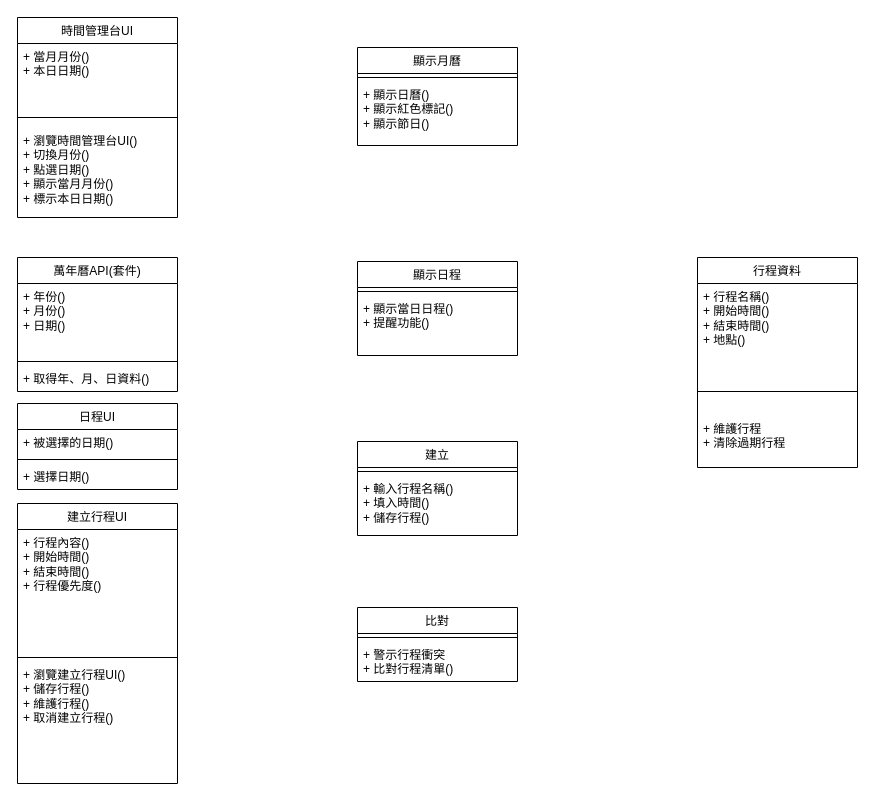
Kevincheng0804/Graduation-Topic keeps this draw.io diagram as 類別圖.drawio. Above is the earlier version. Source tidied: cells renumbered, new cells numbered last; positions are measured from the earlier drawing's top-left corner, leaving out a move shared by most shapes. Both pictures are drawn from the tidied source at 100%, with x=0, y=0 at pixel (17, 17).
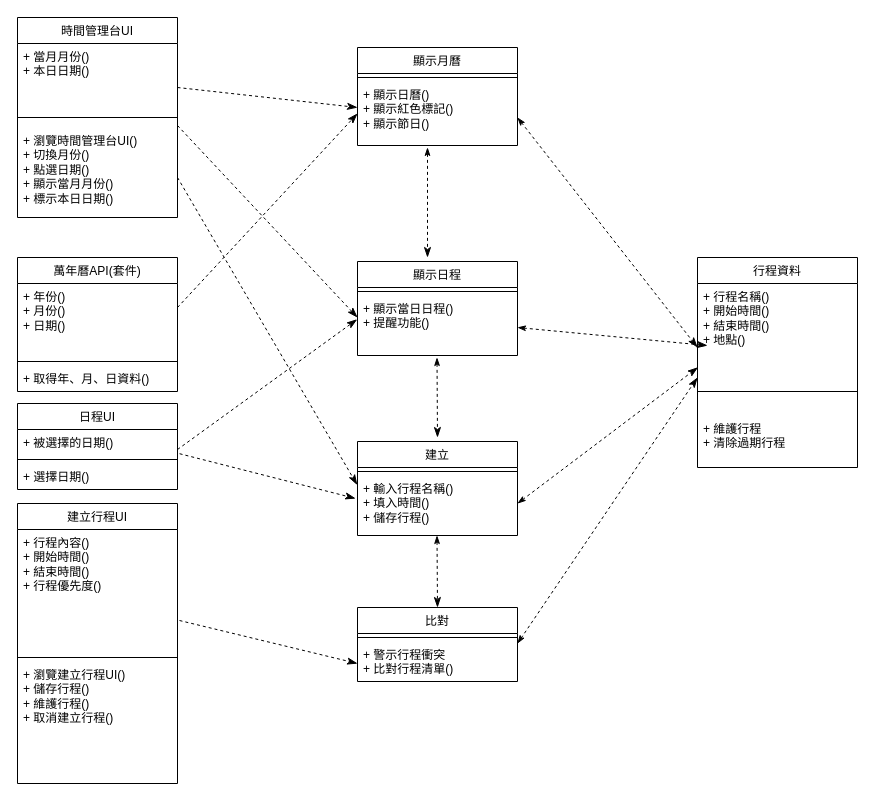
After the change.

Commit message:
更新類別圖.drawio

The change refers to these unchanged cells:
```xml
<mxCell id="11" value="+ 被選擇的日期()&lt;div&gt;&lt;br&gt;&lt;/div&gt;" style="text;strokeColor=none;fillColor=none;align=left;verticalAlign=top;spacingLeft=4;spacingRight=4;overflow=hidden;points=[[0,0.5],[1,0.5]];portConstraint=eastwest;whiteSpace=wrap;html=1;" parent="10" vertex="1">
  <mxGeometry y="26" width="160" height="26" as="geometry" />
</mxCell>
<mxCell id="20" value="+ 顯示日曆()&lt;div&gt;+ 顯示紅色標記()&lt;/div&gt;&lt;div&gt;+ 顯示節日()&lt;/div&gt;&lt;div&gt;&lt;br&gt;&lt;/div&gt;" style="text;strokeColor=none;fillColor=none;align=left;verticalAlign=top;spacingLeft=4;spacingRight=4;overflow=hidden;points=[[0,0.5],[1,0.5]];portConstraint=eastwest;whiteSpace=wrap;html=1;" parent="18" vertex="1">
  <mxGeometry y="34" width="160" height="64" as="geometry" />
</mxCell>
<mxCell id="23" value="&lt;div&gt;+ 顯示當日日程()&lt;/div&gt;&lt;div&gt;+ 提醒功能()&lt;br&gt;&lt;div&gt;&lt;br&gt;&lt;/div&gt;&lt;/div&gt;" style="text;strokeColor=none;fillColor=none;align=left;verticalAlign=top;spacingLeft=4;spacingRight=4;overflow=hidden;points=[[0,0.5],[1,0.5]];portConstraint=eastwest;whiteSpace=wrap;html=1;" parent="21" vertex="1">
  <mxGeometry y="34" width="160" height="60" as="geometry" />
</mxCell>
<mxCell id="28" value="+&amp;nbsp;&lt;span style=&quot;background-color: transparent; color: light-dark(rgb(0, 0, 0), rgb(255, 255, 255));&quot;&gt;行程名稱()&lt;/span&gt;&lt;div&gt;&lt;span style=&quot;background-color: transparent; color: light-dark(rgb(0, 0, 0), rgb(255, 255, 255));&quot;&gt;+ 開始時間()&lt;/span&gt;&lt;/div&gt;&lt;div&gt;&lt;span style=&quot;background-color: transparent; color: light-dark(rgb(0, 0, 0), rgb(255, 255, 255));&quot;&gt;+ 結束時間()&amp;nbsp;&lt;/span&gt;&lt;/div&gt;&lt;div&gt;&lt;span style=&quot;background-color: transparent; color: light-dark(rgb(0, 0, 0), rgb(255, 255, 255));&quot;&gt;+ 地點()&lt;/span&gt;&lt;/div&gt;" style="text;strokeColor=none;fillColor=none;align=left;verticalAlign=top;spacingLeft=4;spacingRight=4;overflow=hidden;points=[[0,0.5],[1,0.5]];portConstraint=eastwest;whiteSpace=wrap;html=1;" parent="27" vertex="1">
  <mxGeometry y="26" width="160" height="84" as="geometry" />
</mxCell>
<mxCell id="33" value="&lt;div&gt;+&amp;nbsp;輸入行程名稱()&lt;div&gt;+ 填入時間()&lt;/div&gt;&lt;div&gt;+&amp;nbsp;儲存行程()&lt;/div&gt;&lt;/div&gt;" style="text;strokeColor=none;fillColor=none;align=left;verticalAlign=top;spacingLeft=4;spacingRight=4;overflow=hidden;points=[[0,0.5],[1,0.5]];portConstraint=eastwest;whiteSpace=wrap;html=1;" parent="31" vertex="1">
  <mxGeometry y="34" width="160" height="60" as="geometry" />
</mxCell>
```

What changed in the source:
```diff
@@
+    <mxCell id="34" style="endArrow=classicThin;startArrow=none;endFill=1;startFill=0;endSize=8;html=1;verticalAlign=bottom;dashed=1;labelBackgroundColor=none;rounded=0;entryX=0;entryY=0.406;entryDx=0;entryDy=0;entryPerimeter=0;" parent="1" edge="1" target="20">
+      <mxGeometry relative="1" as="geometry">
+        <mxPoint x="160" y="70" as="sourcePoint" />
+      </mxGeometry>
+    </mxCell>
+    <mxCell id="35" style="endArrow=classicThin;startArrow=none;endFill=1;startFill=0;endSize=8;html=1;verticalAlign=bottom;dashed=1;labelBackgroundColor=none;rounded=0;entryX=0;entryY=0.5;entryDx=0;entryDy=0;" parent="1" edge="1" target="20">
+      <mxGeometry relative="1" as="geometry">
+        <mxPoint x="160" y="290" as="sourcePoint" />
+      </mxGeometry>
+    </mxCell>
+    <mxCell id="36" style="endArrow=classicThin;startArrow=classicThin;endFill=1;startFill=1;endSize=8;html=1;verticalAlign=bottom;dashed=1;labelBackgroundColor=none;rounded=0;entryX=0;entryY=0.5;entryDx=0;entryDy=0;" parent="1" edge="1">
+      <mxGeometry relative="1" as="geometry">
+        <mxPoint x="500" y="310" as="sourcePoint" />
+        <mxPoint x="690" y="328" as="targetPoint" />
+      </mxGeometry>
+    </mxCell>
+    <mxCell id="37" style="endArrow=classicThin;startArrow=none;endFill=1;startFill=0;endSize=8;html=1;verticalAlign=bottom;dashed=1;labelBackgroundColor=none;rounded=0;entryX=-0.002;entryY=0.397;entryDx=0;entryDy=0;entryPerimeter=0;" parent="1" edge="1" target="23">
+      <mxGeometry relative="1" as="geometry">
+        <mxPoint x="160" y="432" as="sourcePoint" />
+      </mxGeometry>
+    </mxCell>
+    <mxCell id="38" style="endArrow=classicThin;startArrow=none;endFill=1;startFill=0;endSize=8;html=1;verticalAlign=bottom;dashed=1;labelBackgroundColor=none;rounded=0;entryX=-0.012;entryY=0.277;entryDx=0;entryDy=0;entryPerimeter=0;" parent="1" edge="1">
+      <mxGeometry relative="1" as="geometry">
+        <mxPoint x="162" y="603" as="sourcePoint" />
+        <mxPoint x="340" y="646" as="targetPoint" />
+      </mxGeometry>
+    </mxCell>
+    <mxCell id="39" style="endArrow=classicThin;startArrow=classicThin;endFill=1;startFill=1;endSize=8;html=1;verticalAlign=bottom;dashed=1;labelBackgroundColor=none;rounded=0;" parent="1" edge="1">
+      <mxGeometry relative="1" as="geometry">
+        <mxPoint x="410" y="130" as="sourcePoint" />
+        <mxPoint x="410" y="240" as="targetPoint" />
+      </mxGeometry>
+    </mxCell>
+    <mxCell id="40" style="endArrow=classicThin;startArrow=classicThin;endFill=1;startFill=1;endSize=8;html=1;verticalAlign=bottom;dashed=1;labelBackgroundColor=none;rounded=0;" parent="1" edge="1">
+      <mxGeometry relative="1" as="geometry">
+        <mxPoint x="419.5" y="340" as="sourcePoint" />
+        <mxPoint x="420" y="420" as="targetPoint" />
+      </mxGeometry>
+    </mxCell>
+    <mxCell id="41" style="endArrow=classicThin;startArrow=classicThin;endFill=1;startFill=1;endSize=8;html=1;verticalAlign=bottom;dashed=1;labelBackgroundColor=none;rounded=0;" parent="1" edge="1">
+      <mxGeometry relative="1" as="geometry">
+        <mxPoint x="419.5" y="518" as="sourcePoint" />
+        <mxPoint x="420" y="590" as="targetPoint" />
+      </mxGeometry>
+    </mxCell>
+    <mxCell id="42" style="endArrow=classicThin;startArrow=none;endFill=1;startFill=0;endSize=8;html=1;verticalAlign=bottom;dashed=1;labelBackgroundColor=none;rounded=0;entryX=0;entryY=0.367;entryDx=0;entryDy=0;entryPerimeter=0;" parent="1" edge="1" target="23">
+      <mxGeometry relative="1" as="geometry">
+        <mxPoint x="160" y="108" as="sourcePoint" />
+      </mxGeometry>
+    </mxCell>
+    <mxCell id="43" style="endArrow=classicThin;startArrow=none;endFill=1;startFill=0;endSize=8;html=1;verticalAlign=bottom;dashed=1;labelBackgroundColor=none;rounded=0;entryX=-0.002;entryY=0.157;entryDx=0;entryDy=0;entryPerimeter=0;" parent="1" edge="1" target="33">
+      <mxGeometry relative="1" as="geometry">
+        <mxPoint x="160" y="160" as="sourcePoint" />
+      </mxGeometry>
+    </mxCell>
+    <mxCell id="44" style="endArrow=classicThin;startArrow=none;endFill=1;startFill=0;endSize=8;html=1;verticalAlign=bottom;dashed=1;labelBackgroundColor=none;rounded=0;entryX=-0.012;entryY=0.383;entryDx=0;entryDy=0;entryPerimeter=0;exitX=1.013;exitY=0.931;exitDx=0;exitDy=0;exitPerimeter=0;" parent="1" edge="1" source="11" target="33">
+      <mxGeometry relative="1" as="geometry" />
+    </mxCell>
+    <mxCell id="45" style="endArrow=classicThin;startArrow=classicThin;endFill=1;startFill=1;endSize=8;html=1;verticalAlign=bottom;dashed=1;labelBackgroundColor=none;rounded=0;" parent="1" edge="1">
+      <mxGeometry relative="1" as="geometry">
+        <mxPoint x="500" y="100" as="sourcePoint" />
+        <mxPoint x="680" y="330" as="targetPoint" />
+      </mxGeometry>
+    </mxCell>
+    <mxCell id="46" style="endArrow=classicThin;startArrow=classicThin;endFill=1;startFill=1;endSize=8;html=1;verticalAlign=bottom;dashed=1;labelBackgroundColor=none;rounded=0;entryX=0.003;entryY=0.998;entryDx=0;entryDy=0;entryPerimeter=0;" parent="1" edge="1" target="28">
+      <mxGeometry relative="1" as="geometry">
+        <mxPoint x="500" y="486" as="sourcePoint" />
+      </mxGeometry>
+    </mxCell>
+    <mxCell id="47" style="endArrow=classicThin;startArrow=classicThin;endFill=1;startFill=1;endSize=8;html=1;verticalAlign=bottom;dashed=1;labelBackgroundColor=none;rounded=0;" parent="1" edge="1">
+      <mxGeometry relative="1" as="geometry">
+        <mxPoint x="500" y="626" as="sourcePoint" />
+        <mxPoint x="680" y="360" as="targetPoint" />
+      </mxGeometry>
+    </mxCell>
```
